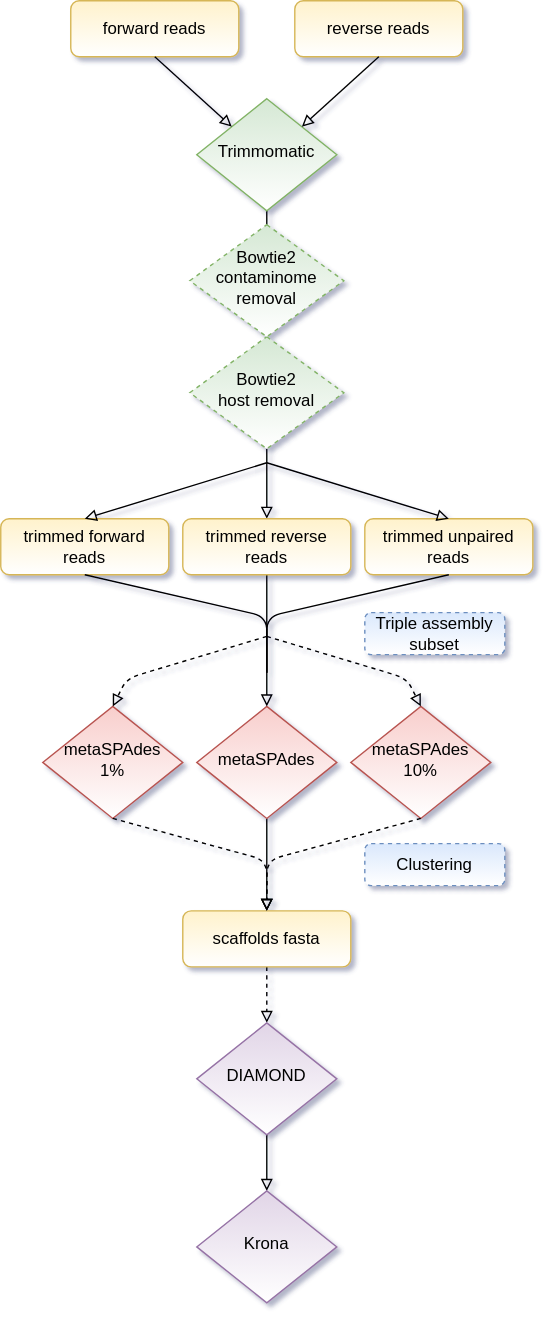
Above: ViPER.svg in Matthijnssenslab/ViPER (draw.io), before the change. Source tidied: cells renumbered, new cells last; positions are measured from the earlier drawing's top-left corner, leaving out a move shared by most shapes.
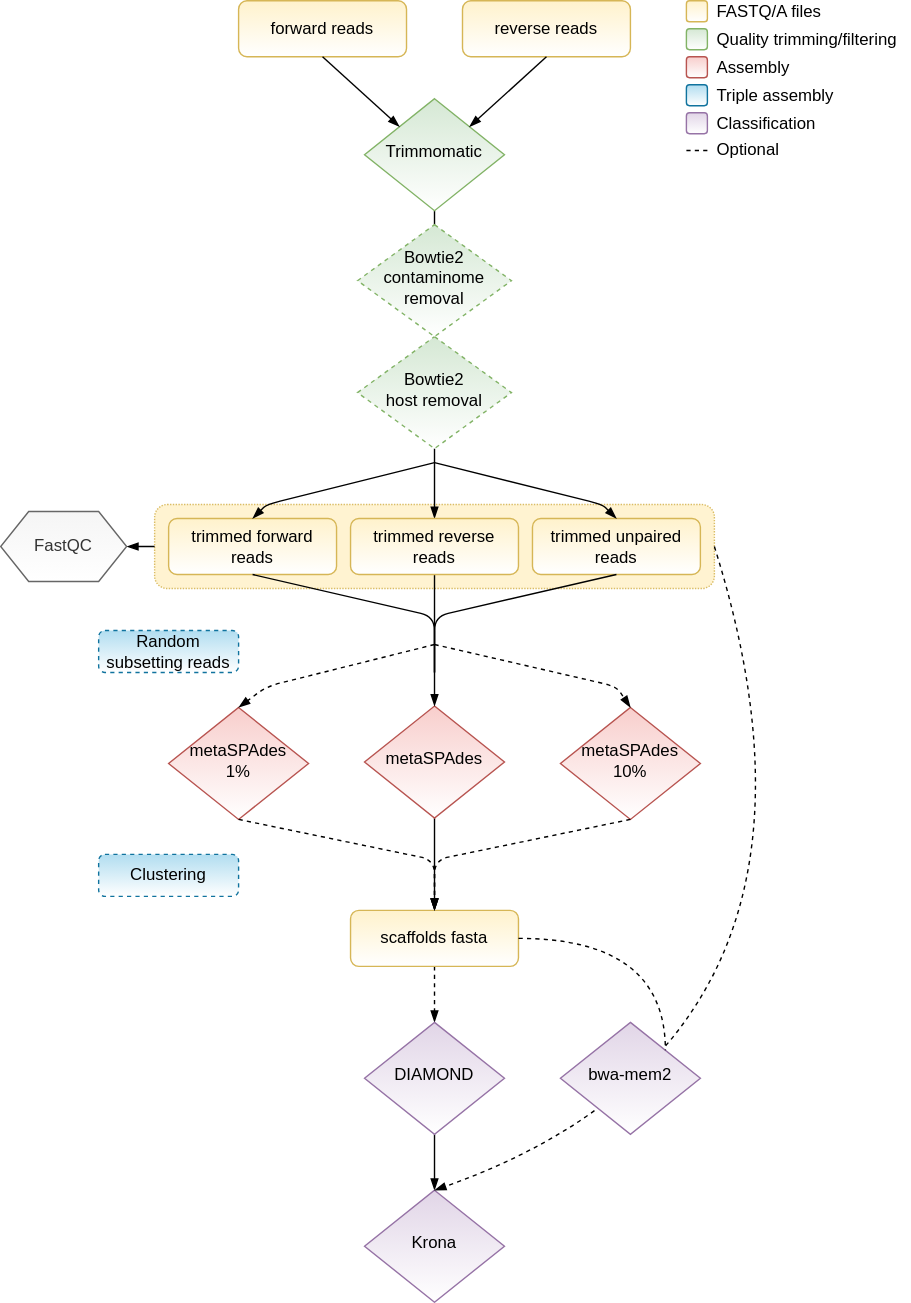
The same file after the commit.

Change to the diagram source:
```diff
@@ -1,11 +1,11 @@
-<mxGraphModel shadow="1">
+<mxGraphModel>
   <root>
     <mxCell id="0" />
-    <mxCell id="1" parent="0" />
+    <mxCell id="1" value="Base" parent="0" />
-    <mxCell id="2" value="Triple assembly subset" style="rounded=1;whiteSpace=wrap;html=1;shadow=0;glass=0;strokeColor=#6c8ebf;fillColor=#dae8fc;gradientColor=#ffffff;dashed=1;" parent="1" vertex="1">
-      <mxGeometry x="260" y="437" width="100" height="30" as="geometry" />
-    </mxCell>
+    <mxCell id="34" style="rounded=1;whiteSpace=wrap;html=1;shadow=0;glass=0;strokeColor=#d6b656;fillColor=#fff2cc;gradientDirection=south;perimeterSpacing=0;opacity=90;dashed=1;dashPattern=1 1;" parent="1" vertex="1">
+      <mxGeometry x="-10" y="360" width="400" height="60" as="geometry" />
+    </mxCell>
-    <mxCell id="3" style="edgeStyle=orthogonalEdgeStyle;curved=1;jettySize=auto;html=1;endArrow=block;endFill=0;" parent="1" edge="1" source="4" target="27">
+    <mxCell id="3" style="edgeStyle=orthogonalEdgeStyle;curved=1;jettySize=auto;html=1;endArrow=blockThin;endFill=1;" parent="1" edge="1" source="4" target="27">
       <mxGeometry relative="1" as="geometry" />
     </mxCell>
     <mxCell id="4" value="Bowtie2&lt;br&gt;host removal" style="rhombus;whiteSpace=wrap;html=1;shadow=0;fontFamily=Helvetica;fontSize=12;align=center;strokeWidth=1;spacing=6;spacingTop=-4;fillColor=#d5e8d4;strokeColor=#82b366;dashed=1;gradientColor=#ffffff;" parent="1" vertex="1">
@@ -25,13 +25,13 @@
     <mxCell id="7" value="Trimmomatic" style="rhombus;whiteSpace=wrap;html=1;shadow=0;fontFamily=Helvetica;fontSize=12;align=center;strokeWidth=1;spacing=6;spacingTop=-4;fillColor=#d5e8d4;strokeColor=#82b366;gradientColor=#ffffff;" parent="1" vertex="1">
       <mxGeometry x="140" y="70" width="100" height="80" as="geometry" />
     </mxCell>
-    <mxCell id="8" style="edgeStyle=orthogonalEdgeStyle;rounded=0;jettySize=auto;html=1;endArrow=block;endFill=0;" parent="1" edge="1" source="9" target="11">
+    <mxCell id="8" style="edgeStyle=orthogonalEdgeStyle;rounded=0;jettySize=auto;html=1;endArrow=blockThin;endFill=1;" parent="1" edge="1" source="9" target="11">
       <mxGeometry relative="1" as="geometry" />
     </mxCell>
     <mxCell id="9" value="metaSPAdes" style="rhombus;whiteSpace=wrap;html=1;shadow=0;fontFamily=Helvetica;fontSize=12;align=center;strokeWidth=1;spacing=6;spacingTop=-4;fillColor=#f8cecc;strokeColor=#b85450;gradientColor=#ffffff;" parent="1" vertex="1">
       <mxGeometry x="140" y="504" width="100" height="80" as="geometry" />
     </mxCell>
-    <mxCell id="10" style="edgeStyle=orthogonalEdgeStyle;rounded=0;jettySize=auto;html=1;dashed=1;endArrow=block;endFill=0;entryX=0.5;entryY=0;entryDx=0;entryDy=0;" parent="1" edge="1" source="11" target="20">
+    <mxCell id="10" style="edgeStyle=orthogonalEdgeStyle;rounded=0;jettySize=auto;html=1;dashed=1;endArrow=blockThin;endFill=1;entryX=0.5;entryY=0;entryDx=0;entryDy=0;" parent="1" edge="1" source="11" target="20">
       <mxGeometry relative="1" as="geometry" />
     </mxCell>
     <mxCell id="11" value="scaffolds fasta" style="rounded=1;whiteSpace=wrap;html=1;fontSize=12;glass=0;strokeWidth=1;shadow=0;fillColor=#fff2cc;strokeColor=#d6b656;gradientColor=#ffffff;" parent="1" vertex="1">
@@ -41,28 +41,28 @@
       <mxGeometry x="210" width="120" height="40" as="geometry" />
     </mxCell>
     <mxCell id="13" value="metaSPAdes 10%" style="rhombus;whiteSpace=wrap;html=1;shadow=0;fontFamily=Helvetica;fontSize=12;align=center;strokeWidth=1;spacing=6;spacingTop=-4;fillColor=#f8cecc;strokeColor=#b85450;gradientColor=#ffffff;" parent="1" vertex="1">
-      <mxGeometry x="250" y="504" width="100" height="80" as="geometry" />
+      <mxGeometry x="280" y="505" width="100" height="80" as="geometry" />
     </mxCell>
-    <mxCell id="14" value="metaSPAdes &lt;br&gt;1%" style="rhombus;whiteSpace=wrap;html=1;shadow=0;fontFamily=Helvetica;fontSize=12;align=center;strokeWidth=1;spacing=6;spacingTop=-4;fillColor=#f8cecc;strokeColor=#b85450;gradientColor=#ffffff;" parent="1" vertex="1">
-      <mxGeometry x="30" y="504" width="100" height="80" as="geometry" />
+    <mxCell id="14" value="metaSPAdes &lt;br&gt;1%" style="rhombus;whiteSpace=wrap;html=1;shadow=0;fontFamily=Helvetica;fontSize=12;align=center;strokeWidth=1;spacing=6;spacingTop=-4;fillColor=#f8cecc;strokeColor=#b85450;gradientColor=#ffffff;verticalAlign=middle;horizontal=1;" parent="1" vertex="1">
+      <mxGeometry y="505" width="100" height="80" as="geometry" />
     </mxCell>
-    <mxCell id="15" style="endArrow=block;html=1;dashed=1;entryX=0.5;entryY=0;entryDx=0;entryDy=0;endFill=0;" parent="1" edge="1" target="14">
+    <mxCell id="15" style="endArrow=blockThin;html=1;dashed=1;entryX=0.5;entryY=0;entryDx=0;entryDy=0;endFill=1;" parent="1" edge="1" target="14">
       <mxGeometry relative="1" as="geometry">
-        <mxPoint x="190" y="454" as="sourcePoint" />
+        <mxPoint x="190" y="460" as="sourcePoint" />
         <Array as="points">
-          <mxPoint x="90" y="484" />
+          <mxPoint x="70" y="490" />
         </Array>
       </mxGeometry>
     </mxCell>
-    <mxCell id="16" style="endArrow=block;html=1;dashed=1;entryX=0.5;entryY=0;entryDx=0;entryDy=0;endFill=0;" parent="1" edge="1" target="13">
+    <mxCell id="16" style="endArrow=blockThin;html=1;dashed=1;entryX=0.5;entryY=0;entryDx=0;entryDy=0;endFill=1;" parent="1" edge="1" target="13">
       <mxGeometry relative="1" as="geometry">
-        <mxPoint x="190" y="454" as="sourcePoint" />
+        <mxPoint x="190" y="460" as="sourcePoint" />
         <Array as="points">
-          <mxPoint x="290" y="484" />
+          <mxPoint x="320" y="490" />
         </Array>
       </mxGeometry>
     </mxCell>
-    <mxCell id="17" style="endArrow=block;html=1;dashed=1;exitX=0.5;exitY=1;exitDx=0;exitDy=0;endFill=0;" parent="1" edge="1" source="14">
+    <mxCell id="17" style="endArrow=blockThin;html=1;dashed=1;exitX=0.5;exitY=1;exitDx=0;exitDy=0;endFill=1;" parent="1" edge="1" source="14">
       <mxGeometry relative="1" as="geometry">
         <mxPoint x="190" y="650" as="targetPoint" />
         <Array as="points">
@@ -70,7 +70,7 @@
         </Array>
       </mxGeometry>
     </mxCell>
-    <mxCell id="18" style="endArrow=block;html=1;dashed=1;exitX=0.5;exitY=1;exitDx=0;exitDy=0;endFill=0;" parent="1" edge="1" source="13">
+    <mxCell id="18" style="endArrow=blockThin;html=1;dashed=1;exitX=0.5;exitY=1;exitDx=0;exitDy=0;endFill=1;" parent="1" edge="1" source="13">
       <mxGeometry relative="1" as="geometry">
         <mxPoint x="190" y="650" as="targetPoint" />
         <Array as="points">
@@ -78,7 +78,7 @@
         </Array>
       </mxGeometry>
     </mxCell>
-    <mxCell id="19" style="edgeStyle=orthogonalEdgeStyle;rounded=0;jettySize=auto;html=1;endArrow=block;endFill=0;" parent="1" edge="1" source="20" target="23">
+    <mxCell id="19" style="edgeStyle=orthogonalEdgeStyle;rounded=0;jettySize=auto;html=1;endArrow=blockThin;endFill=1;" parent="1" edge="1" source="20" target="23">
       <mxGeometry relative="1" as="geometry" />
     </mxCell>
     <mxCell id="20" value="DIAMOND" style="rhombus;whiteSpace=wrap;html=1;shadow=0;fontFamily=Helvetica;fontSize=12;align=center;strokeWidth=1;spacing=6;spacingTop=-4;fillColor=#e1d5e7;strokeColor=#9673a6;gradientColor=#ffffff;" parent="1" vertex="1">
@@ -87,27 +87,35 @@
     <mxCell id="21" value="Bowtie2 contaminome removal" style="rhombus;whiteSpace=wrap;html=1;shadow=0;fontFamily=Helvetica;fontSize=12;align=center;strokeWidth=1;spacing=6;spacingTop=-4;fillColor=#d5e8d4;strokeColor=#82b366;dashed=1;gradientColor=#ffffff;" parent="1" vertex="1">
       <mxGeometry x="135" y="160" width="110" height="80" as="geometry" />
     </mxCell>
-    <mxCell id="22" value="Clustering" style="rounded=1;whiteSpace=wrap;html=1;shadow=0;glass=0;strokeColor=#6c8ebf;fillColor=#dae8fc;gradientColor=#ffffff;dashed=1;" parent="1" vertex="1">
-      <mxGeometry x="260" y="602" width="100" height="30" as="geometry" />
+    <mxCell id="22" value="Clustering" style="rounded=1;whiteSpace=wrap;html=1;shadow=0;glass=0;strokeColor=#10739e;fillColor=#b1ddf0;dashed=1;gradientColor=#ffffff;" parent="1" vertex="1">
+      <mxGeometry x="-50" y="610" width="100" height="30" as="geometry" />
     </mxCell>
     <mxCell id="23" value="Krona" style="rhombus;whiteSpace=wrap;html=1;shadow=0;fontFamily=Helvetica;fontSize=12;align=center;strokeWidth=1;spacing=6;spacingTop=-4;fillColor=#e1d5e7;strokeColor=#9673a6;gradientColor=#ffffff;" parent="1" vertex="1">
       <mxGeometry x="140" y="850" width="100" height="80" as="geometry" />
     </mxCell>
+    <mxCell id="35" style="edgeStyle=orthogonalEdgeStyle;jettySize=auto;html=1;endArrow=blockThin;endFill=1;" parent="1" edge="1" target="36">
+      <mxGeometry relative="1" as="geometry">
+        <mxPoint x="-10" y="390" as="sourcePoint" />
+      </mxGeometry>
+    </mxCell>
-    <mxCell id="24" value="trimmed forward reads" style="rounded=1;whiteSpace=wrap;html=1;fontSize=12;glass=0;strokeWidth=1;shadow=0;fillColor=#fff2cc;strokeColor=#d6b656;gradientColor=#ffffff;" parent="1" vertex="1">
+    <mxCell id="24" value="trimmed forward reads" style="rounded=1;whiteSpace=wrap;html=1;fontSize=12;glass=0;strokeWidth=1;shadow=0;fillColor=#fff2cc;strokeColor=#d6b656;gradientDirection=south;gradientColor=#ffffff;" parent="1" vertex="1">
       <mxGeometry y="370" width="120" height="40" as="geometry" />
     </mxCell>
-    <mxCell id="25" value="trimmed unpaired reads" style="rounded=1;whiteSpace=wrap;html=1;fontSize=12;glass=0;strokeWidth=1;shadow=0;fillColor=#fff2cc;strokeColor=#d6b656;gradientColor=#ffffff;" parent="1" vertex="1">
+    <mxCell id="25" value="trimmed unpaired reads" style="rounded=1;whiteSpace=wrap;html=1;fontSize=12;glass=0;strokeWidth=1;shadow=0;fillColor=#fff2cc;strokeColor=#d6b656;gradientDirection=south;gradientColor=#ffffff;" parent="1" vertex="1">
       <mxGeometry x="260" y="370" width="120" height="40" as="geometry" />
     </mxCell>
-    <mxCell id="26" style="edgeStyle=orthogonalEdgeStyle;rounded=0;jettySize=auto;html=1;exitX=0.5;exitY=1;exitDx=0;exitDy=0;entryX=0.5;entryY=0;entryDx=0;entryDy=0;endArrow=block;endFill=0;" parent="1" edge="1" source="27" target="9">
+    <mxCell id="26" style="edgeStyle=orthogonalEdgeStyle;rounded=0;jettySize=auto;html=1;exitX=0.5;exitY=1;exitDx=0;exitDy=0;entryX=0.5;entryY=0;entryDx=0;entryDy=0;endArrow=blockThin;endFill=1;" parent="1" edge="1" source="27" target="9">
       <mxGeometry relative="1" as="geometry" />
     </mxCell>
-    <mxCell id="27" value="trimmed reverse reads" style="rounded=1;whiteSpace=wrap;html=1;fontSize=12;glass=0;strokeWidth=1;shadow=0;fillColor=#fff2cc;strokeColor=#d6b656;gradientColor=#ffffff;" parent="1" vertex="1">
+    <mxCell id="27" value="trimmed reverse reads" style="rounded=1;whiteSpace=wrap;html=1;fontSize=12;glass=0;strokeWidth=1;shadow=0;fillColor=#fff2cc;strokeColor=#d6b656;gradientDirection=south;gradientColor=#ffffff;" parent="1" vertex="1">
       <mxGeometry x="130" y="370" width="120" height="40" as="geometry" />
     </mxCell>
-    <mxCell id="28" style="endArrow=block;html=1;exitX=0.5;exitY=1;exitDx=0;exitDy=0;entryX=0.5;entryY=0;entryDx=0;entryDy=0;endFill=0;" parent="1" edge="1" target="25">
+    <mxCell id="28" style="endArrow=blockThin;html=1;exitX=0.5;exitY=1;exitDx=0;exitDy=0;entryX=0.5;entryY=0;entryDx=0;entryDy=0;endFill=1;" parent="1" edge="1" target="25">
       <mxGeometry relative="1" as="geometry">
         <mxPoint x="190" y="330" as="sourcePoint" />
+        <Array as="points">
+          <mxPoint x="310" y="360" />
+        </Array>
       </mxGeometry>
     </mxCell>
     <mxCell id="29" style="endArrow=none;html=1;exitX=0.5;exitY=1;exitDx=0;exitDy=0;endFill=0;" parent="1" edge="1" source="24">
@@ -126,16 +134,82 @@
         </Array>
       </mxGeometry>
     </mxCell>
-    <mxCell id="31" style="endArrow=block;html=1;exitX=0.5;exitY=1;exitDx=0;exitDy=0;entryX=0.5;entryY=0;entryDx=0;entryDy=0;endFill=0;" parent="1" edge="1" target="24">
+    <mxCell id="31" style="endArrow=blockThin;html=1;exitX=0.5;exitY=1;exitDx=0;exitDy=0;entryX=0.5;entryY=0;entryDx=0;entryDy=0;endFill=1;" parent="1" edge="1" target="24">
       <mxGeometry relative="1" as="geometry">
         <mxPoint x="190" y="330" as="sourcePoint" />
+        <Array as="points">
+          <mxPoint x="70" y="360" />
+        </Array>
       </mxGeometry>
     </mxCell>
-    <mxCell id="32" style="endArrow=block;html=1;entryX=0;entryY=0;entryDx=0;entryDy=0;exitX=0.5;exitY=1;exitDx=0;exitDy=0;endFill=0;" parent="1" edge="1" source="5" target="7">
+    <mxCell id="32" style="endArrow=blockThin;html=1;entryX=0;entryY=0;entryDx=0;entryDy=0;exitX=0.5;exitY=1;exitDx=0;exitDy=0;endFill=1;" parent="1" edge="1" source="5" target="7">
       <mxGeometry relative="1" as="geometry" />
     </mxCell>
-    <mxCell id="33" style="endArrow=block;html=1;entryX=1;entryY=0;entryDx=0;entryDy=0;exitX=0.5;exitY=1;exitDx=0;exitDy=0;endFill=0;" parent="1" edge="1" source="12" target="7">
+    <mxCell id="33" style="endArrow=blockThin;html=1;entryX=1;entryY=0;entryDx=0;entryDy=0;exitX=0.5;exitY=1;exitDx=0;exitDy=0;endFill=1;" parent="1" edge="1" source="12" target="7">
       <mxGeometry relative="1" as="geometry" />
     </mxCell>
+    <mxCell id="36" value="FastQC" style="shape=hexagon;perimeter=hexagonPerimeter2;whiteSpace=wrap;html=1;fixedSize=1;shadow=0;glass=0;strokeColor=#666666;fillColor=#f5f5f5;fontColor=#333333;gradientColor=#ffffff;" parent="1" vertex="1">
+      <mxGeometry x="-120" y="365" width="90" height="50" as="geometry" />
+    </mxCell>
+    <mxCell id="37" style="endArrow=blockThin;html=1;exitX=1;exitY=0.5;exitDx=0;exitDy=0;curved=1;endFill=1;entryX=0.5;entryY=0;entryDx=0;entryDy=0;dashed=1;" parent="1" edge="1" source="34" target="23">
+      <mxGeometry relative="1" as="geometry">
+        <Array as="points">
+          <mxPoint x="500" y="740" />
+        </Array>
+      </mxGeometry>
+    </mxCell>
+    <mxCell id="2" value="Random subsetting reads" style="rounded=1;whiteSpace=wrap;html=1;shadow=0;glass=0;strokeColor=#10739e;fillColor=#b1ddf0;dashed=1;gradientColor=#ffffff;" parent="1" vertex="1">
+      <mxGeometry x="-50" y="450" width="100" height="30" as="geometry" />
+    </mxCell>
+    <mxCell id="38" value="Legend" parent="0" />
+    <mxCell id="39" style="rounded=1;whiteSpace=wrap;html=1;shadow=0;glass=0;strokeColor=#d6b656;fillColor=#fff2cc;gradientColor=#ffffff;" parent="38" vertex="1">
+      <mxGeometry x="370" width="15" height="15" as="geometry" />
+    </mxCell>
+    <mxCell id="40" style="rounded=1;whiteSpace=wrap;html=1;shadow=0;glass=0;strokeColor=#82b366;fillColor=#d5e8d4;gradientColor=#ffffff;" parent="38" vertex="1">
+      <mxGeometry x="370" y="20" width="15" height="15" as="geometry" />
+    </mxCell>
+    <mxCell id="41" style="rounded=1;whiteSpace=wrap;html=1;shadow=0;glass=0;strokeColor=#b85450;fillColor=#f8cecc;gradientColor=#ffffff;" parent="38" vertex="1">
+      <mxGeometry x="370" y="40" width="15" height="15" as="geometry" />
+    </mxCell>
+    <mxCell id="42" style="rounded=1;whiteSpace=wrap;html=1;shadow=0;glass=0;strokeColor=#10739e;fillColor=#b1ddf0;gradientColor=#ffffff;" parent="38" vertex="1">
+      <mxGeometry x="370" y="60" width="15" height="15" as="geometry" />
+    </mxCell>
+    <mxCell id="43" style="rounded=1;whiteSpace=wrap;html=1;shadow=0;glass=0;strokeColor=#9673a6;fillColor=#e1d5e7;gradientColor=#ffffff;" parent="38" vertex="1">
+      <mxGeometry x="370" y="80" width="15" height="15" as="geometry" />
+    </mxCell>
+    <mxCell id="44" value="FASTQ/A files" style="text;html=1;strokeColor=none;fillColor=none;align=left;verticalAlign=middle;whiteSpace=wrap;rounded=0;shadow=0;glass=0;" parent="38" vertex="1">
+      <mxGeometry x="390" y="5" width="90" height="5" as="geometry" />
+    </mxCell>
+    <mxCell id="45" value="Quality trimming/filtering" style="text;html=1;strokeColor=none;fillColor=none;align=left;verticalAlign=middle;whiteSpace=wrap;rounded=0;shadow=0;glass=0;" parent="38" vertex="1">
+      <mxGeometry x="390" y="25" width="140" height="5" as="geometry" />
+    </mxCell>
+    <mxCell id="46" value="Assembly" style="text;html=1;strokeColor=none;fillColor=none;align=left;verticalAlign=middle;whiteSpace=wrap;rounded=0;shadow=0;glass=0;" parent="38" vertex="1">
+      <mxGeometry x="390" y="45" width="90" height="5" as="geometry" />
+    </mxCell>
+    <mxCell id="47" value="Triple assembly" style="text;html=1;strokeColor=none;fillColor=none;align=left;verticalAlign=middle;whiteSpace=wrap;rounded=0;shadow=0;glass=0;" parent="38" vertex="1">
+      <mxGeometry x="390" y="65" width="90" height="5" as="geometry" />
+    </mxCell>
+    <mxCell id="48" value="Classification" style="text;html=1;strokeColor=none;fillColor=none;align=left;verticalAlign=middle;whiteSpace=wrap;rounded=0;shadow=0;glass=0;" parent="38" vertex="1">
+      <mxGeometry x="390" y="85" width="90" height="5" as="geometry" />
+    </mxCell>
+    <mxCell id="49" style="endArrow=none;dashed=1;html=1;shadow=0;" parent="38" edge="1">
+      <mxGeometry relative="1" as="geometry">
+        <mxPoint x="370" y="107" as="sourcePoint" />
+        <mxPoint x="385" y="107" as="targetPoint" />
+      </mxGeometry>
+    </mxCell>
+    <mxCell id="50" value="Optional" style="text;html=1;strokeColor=none;fillColor=none;align=left;verticalAlign=middle;whiteSpace=wrap;rounded=0;shadow=0;glass=0;" parent="38" vertex="1">
+      <mxGeometry x="390" y="104" width="90" height="5" as="geometry" />
+    </mxCell>
+    <mxCell id="51" value="bwa-mem2" style="rhombus;whiteSpace=wrap;html=1;shadow=0;fontFamily=Helvetica;fontSize=12;align=center;strokeWidth=1;spacing=6;spacingTop=-4;fillColor=#e1d5e7;strokeColor=#9673a6;gradientColor=#ffffff;" parent="38" vertex="1">
+      <mxGeometry x="280" y="730" width="100" height="80" as="geometry" />
+    </mxCell>
+    <mxCell id="52" style="edgeStyle=orthogonalEdgeStyle;curved=1;jettySize=auto;html=1;exitX=1;exitY=0.5;exitDx=0;exitDy=0;entryX=1;entryY=0;entryDx=0;entryDy=0;shadow=0;dashed=1;endArrow=none;endFill=0;" parent="38" edge="1" source="11" target="51">
+      <mxGeometry relative="1" as="geometry">
+        <Array as="points">
+          <mxPoint x="355" y="670" />
+        </Array>
+      </mxGeometry>
+    </mxCell>
   </root>
 </mxGraphModel>
```
